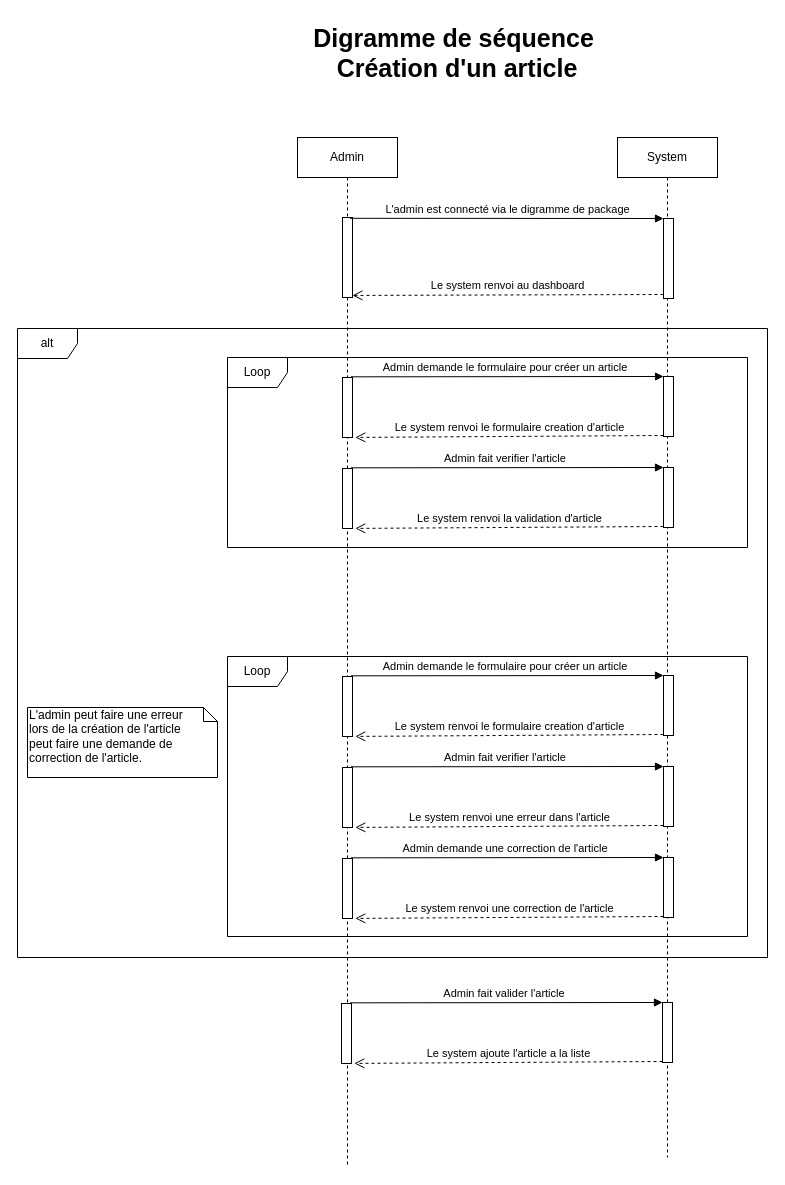
Before: page "diagramme de sequence créa article" (5 of 7) of Docs/P5_alain_germain/Diagramme Blog.drawio in Alprod/AlBLog81, a draw.io diagram. Source tidied: cells renumbered, new cells numbered last; positions are measured from the earlier drawing's top-left corner, leaving out a move shared by most shapes. Both pictures are drawn from the tidied source at 100%, with x=0, y=0 at pixel (17, 17).
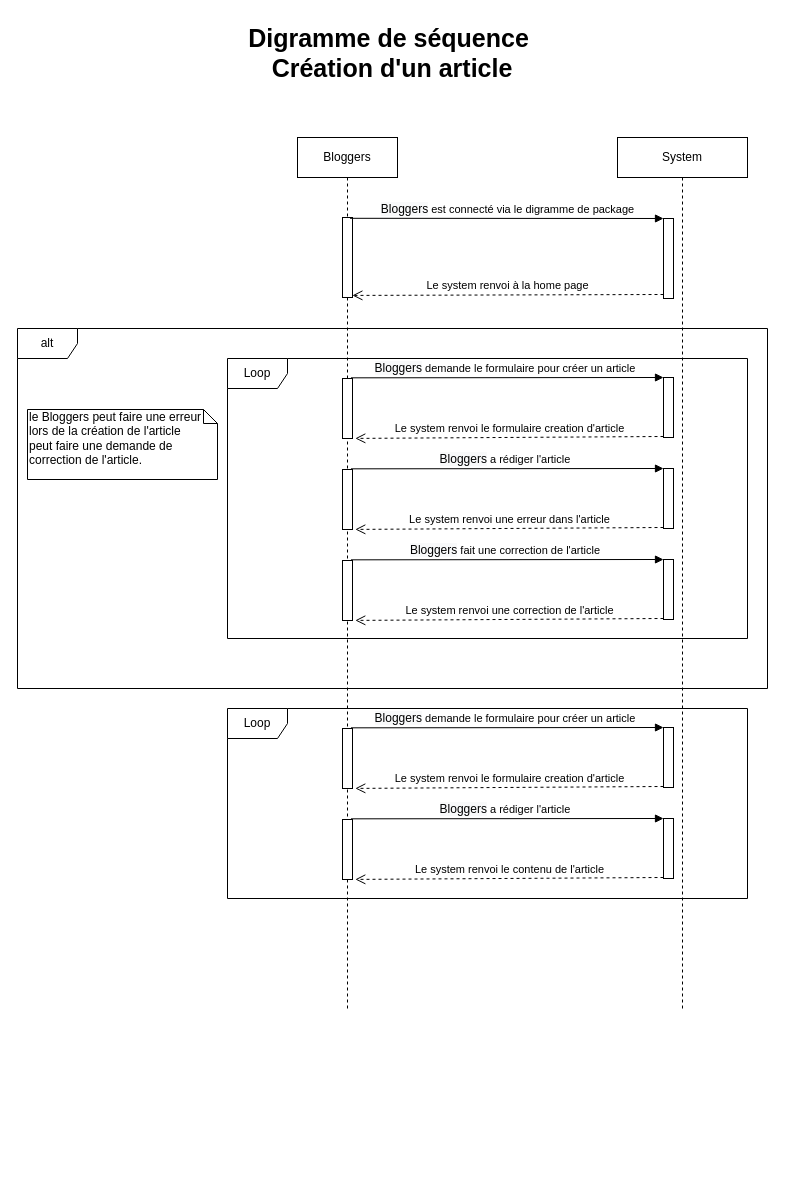
Above is the later version.

The change refers to these unchanged cells:
```xml
<mxCell id="3" style="html=1;points=[];perimeter=orthogonalPerimeter;" parent="2" vertex="1">
  <mxGeometry x="46" y="81" width="10" height="80" as="geometry" />
</mxCell>
```

Change to the diagram source:
```diff
@@
+    <mxCell id="11" value="Bloggers" style="shape=umlLifeline;perimeter=lifelinePerimeter;whiteSpace=wrap;html=1;" parent="1" vertex="1">
+      <mxGeometry x="280" y="120" width="100" height="871" as="geometry" />
+    </mxCell>
     <mxCell id="2" value="System" style="shape=umlLifeline;perimeter=lifelinePerimeter;whiteSpace=wrap;html=1;" parent="1" vertex="1">
-      <mxGeometry x="600" y="120" width="100" height="1020" as="geometry" />
+      <mxGeometry x="600" y="120" width="130" height="871" as="geometry" />
     </mxCell>
@@
-    <mxCell id="4" style="html=1;points=[];perimeter=orthogonalPerimeter;" parent="2" vertex="1">
-      <mxGeometry x="46" y="239" width="10" height="60" as="geometry" />
-    </mxCell>
-    <mxCell id="5" style="html=1;points=[];perimeter=orthogonalPerimeter;" parent="2" vertex="1">
-      <mxGeometry x="46" y="330" width="10" height="60" as="geometry" />
-    </mxCell>
     <mxCell id="6" style="html=1;points=[];perimeter=orthogonalPerimeter;" parent="2" vertex="1">
-      <mxGeometry x="46" y="538" width="10" height="60" as="geometry" />
+      <mxGeometry x="46" y="240" width="10" height="60" as="geometry" />
     </mxCell>
     <mxCell id="7" style="html=1;points=[];perimeter=orthogonalPerimeter;" parent="2" vertex="1">
-      <mxGeometry x="46" y="629" width="10" height="60" as="geometry" />
+      <mxGeometry x="46" y="331" width="10" height="60" as="geometry" />
     </mxCell>
     <mxCell id="8" style="html=1;points=[];perimeter=orthogonalPerimeter;" parent="2" vertex="1">
-      <mxGeometry x="46" y="720" width="10" height="60" as="geometry" />
+      <mxGeometry x="46" y="422" width="10" height="60" as="geometry" />
     </mxCell>
-    <mxCell id="9" value="alt" style="shape=umlFrame;whiteSpace=wrap;html=1;" parent="1" vertex="1">
-      <mxGeometry y="311" width="750" height="629" as="geometry" />
-    </mxCell>
+    <mxCell id="4" style="html=1;points=[];perimeter=orthogonalPerimeter;" parent="2" vertex="1">
+      <mxGeometry x="46" y="590" width="10" height="60" as="geometry" />
+    </mxCell>
+    <mxCell id="5" style="html=1;points=[];perimeter=orthogonalPerimeter;" parent="2" vertex="1">
+      <mxGeometry x="46" y="681" width="10" height="60" as="geometry" />
+    </mxCell>
-    <mxCell id="10" value="Loop" style="shape=umlFrame;whiteSpace=wrap;html=1;" parent="1" vertex="1">
-      <mxGeometry x="210" y="340" width="520" height="190" as="geometry" />
+    <mxCell id="10" value="Loop" style="shape=umlFrame;whiteSpace=wrap;html=1;" parent="2" vertex="1">
+      <mxGeometry x="-390" y="571" width="520" height="190" as="geometry" />
     </mxCell>
-    <mxCell id="11" value="Admin" style="shape=umlLifeline;perimeter=lifelinePerimeter;whiteSpace=wrap;html=1;" parent="1" vertex="1">
-      <mxGeometry x="280" y="120" width="100" height="1030" as="geometry" />
-    </mxCell>
-    <mxCell id="12" style="html=1;points=[];perimeter=orthogonalPerimeter;" parent="11" vertex="1">
-      <mxGeometry x="44" y="866" width="10" height="60" as="geometry" />
-    </mxCell>
-    <mxCell id="13" value="Le system ajoute l'article a la liste" style="html=1;verticalAlign=bottom;endArrow=open;dashed=1;endSize=8;exitX=0;exitY=0.95;entryX=1.276;entryY=0.981;entryDx=0;entryDy=0;entryPerimeter=0;" parent="11" edge="1">
-      <mxGeometry relative="1" as="geometry">
-        <mxPoint x="365" y="924" as="sourcePoint" />
-        <mxPoint x="56.8" y="925.9" as="targetPoint" />
-      </mxGeometry>
-    </mxCell>
-    <mxCell id="14" value="Admin fait valider l'article&amp;nbsp;" style="html=1;verticalAlign=bottom;endArrow=block;entryX=0;entryY=0;exitX=0.848;exitY=-0.011;exitDx=0;exitDy=0;exitPerimeter=0;" parent="11" edge="1" source="12" target="15">
-      <mxGeometry relative="1" as="geometry" />
-    </mxCell>
-    <mxCell id="15" style="html=1;points=[];perimeter=orthogonalPerimeter;" parent="11" vertex="1">
-      <mxGeometry x="365" y="865" width="10" height="60" as="geometry" />
-    </mxCell>
-    <mxCell id="16" style="html=1;points=[];perimeter=orthogonalPerimeter;" parent="1" vertex="1">
-      <mxGeometry x="325" y="200" width="10" height="80" as="geometry" />
-    </mxCell>
-    <mxCell id="17" value="L'admin est connecté via le digramme de package" style="html=1;verticalAlign=bottom;endArrow=block;entryX=0;entryY=0;exitX=0.752;exitY=0.01;exitDx=0;exitDy=0;exitPerimeter=0;" parent="1" edge="1" source="16" target="3">
-      <mxGeometry relative="1" as="geometry" />
-    </mxCell>
-    <mxCell id="18" value="Le system renvoi au dashboard" style="html=1;verticalAlign=bottom;endArrow=open;dashed=1;endSize=8;exitX=0;exitY=0.95;entryX=0.99;entryY=0.974;entryDx=0;entryDy=0;entryPerimeter=0;" parent="1" edge="1" source="3" target="16">
-      <mxGeometry relative="1" as="geometry" />
-    </mxCell>
-    <mxCell id="19" style="html=1;points=[];perimeter=orthogonalPerimeter;" parent="1" vertex="1">
-      <mxGeometry x="325" y="360" width="10" height="60" as="geometry" />
+    <mxCell id="19" style="html=1;points=[];perimeter=orthogonalPerimeter;" parent="2" vertex="1">
+      <mxGeometry x="-275" y="591" width="10" height="60" as="geometry" />
     </mxCell>
-    <mxCell id="20" value="Le system renvoi le formulaire creation d'article" style="html=1;verticalAlign=bottom;endArrow=open;dashed=1;endSize=8;exitX=0;exitY=0.95;entryX=1.276;entryY=0.981;entryDx=0;entryDy=0;entryPerimeter=0;" parent="1" edge="1">
+    <mxCell id="20" value="Le system renvoi le formulaire creation d'article" style="html=1;verticalAlign=bottom;endArrow=open;dashed=1;endSize=8;exitX=0;exitY=0.95;entryX=1.276;entryY=0.981;entryDx=0;entryDy=0;entryPerimeter=0;" parent="2" edge="1">
       <mxGeometry relative="1" as="geometry">
-        <mxPoint x="646" y="418" as="sourcePoint" />
-        <mxPoint x="337.8" y="419.9" as="targetPoint" />
+        <mxPoint x="46" y="649" as="sourcePoint" />
+        <mxPoint x="-262.2" y="650.9" as="targetPoint" />
       </mxGeometry>
     </mxCell>
-    <mxCell id="21" value="Admin demande le formulaire pour créer un article&amp;nbsp;" style="html=1;verticalAlign=bottom;endArrow=block;entryX=0;entryY=0;exitX=0.848;exitY=-0.011;exitDx=0;exitDy=0;exitPerimeter=0;" parent="1" edge="1" source="19" target="4">
+    <mxCell id="21" value="&lt;span style=&quot;font-size: 12px ; background-color: rgb(248 , 249 , 250)&quot;&gt;Bloggers&lt;/span&gt;&amp;nbsp;demande le formulaire pour créer un article&amp;nbsp;" style="html=1;verticalAlign=bottom;endArrow=block;entryX=0;entryY=0;exitX=0.848;exitY=-0.011;exitDx=0;exitDy=0;exitPerimeter=0;" parent="2" edge="1" source="19" target="4">
       <mxGeometry relative="1" as="geometry" />
     </mxCell>
-    <mxCell id="22" style="html=1;points=[];perimeter=orthogonalPerimeter;" parent="1" vertex="1">
-      <mxGeometry x="325" y="451" width="10" height="60" as="geometry" />
+    <mxCell id="22" style="html=1;points=[];perimeter=orthogonalPerimeter;" parent="2" vertex="1">
+      <mxGeometry x="-275" y="682" width="10" height="60" as="geometry" />
     </mxCell>
-    <mxCell id="23" value="Le system renvoi la validation d'article" style="html=1;verticalAlign=bottom;endArrow=open;dashed=1;endSize=8;exitX=0;exitY=0.95;entryX=1.276;entryY=0.981;entryDx=0;entryDy=0;entryPerimeter=0;" parent="1" edge="1">
+    <mxCell id="23" value="Le system renvoi le contenu de l'article" style="html=1;verticalAlign=bottom;endArrow=open;dashed=1;endSize=8;exitX=0;exitY=0.95;entryX=1.276;entryY=0.981;entryDx=0;entryDy=0;entryPerimeter=0;" parent="2" edge="1">
       <mxGeometry relative="1" as="geometry">
-        <mxPoint x="646" y="509" as="sourcePoint" />
-        <mxPoint x="337.8" y="510.9" as="targetPoint" />
+        <mxPoint x="46" y="740" as="sourcePoint" />
+        <mxPoint x="-262.2" y="741.9" as="targetPoint" />
       </mxGeometry>
     </mxCell>
-    <mxCell id="24" value="Admin fait verifier l'article&amp;nbsp;" style="html=1;verticalAlign=bottom;endArrow=block;entryX=0;entryY=0;exitX=0.848;exitY=-0.011;exitDx=0;exitDy=0;exitPerimeter=0;" parent="1" edge="1" source="22" target="5">
+    <mxCell id="24" value="&lt;span style=&quot;font-size: 12px ; background-color: rgb(248 , 249 , 250)&quot;&gt;Bloggers&lt;/span&gt;&amp;nbsp;a rédiger l'article&amp;nbsp;" style="html=1;verticalAlign=bottom;endArrow=block;entryX=0;entryY=0;exitX=0.848;exitY=-0.011;exitDx=0;exitDy=0;exitPerimeter=0;" parent="2" edge="1" source="22" target="5">
       <mxGeometry relative="1" as="geometry" />
     </mxCell>
+    <mxCell id="9" value="alt" style="shape=umlFrame;whiteSpace=wrap;html=1;" parent="1" vertex="1">
+      <mxGeometry y="311" width="750" height="360" as="geometry" />
+    </mxCell>
+    <mxCell id="16" style="html=1;points=[];perimeter=orthogonalPerimeter;" parent="1" vertex="1">
+      <mxGeometry x="325" y="200" width="10" height="80" as="geometry" />
+    </mxCell>
+    <mxCell id="17" value="&lt;span style=&quot;font-size: 12px ; background-color: rgb(248 , 249 , 250)&quot;&gt;Bloggers&lt;/span&gt;&amp;nbsp;est connecté via le digramme de package" style="html=1;verticalAlign=bottom;endArrow=block;entryX=0;entryY=0;exitX=0.752;exitY=0.01;exitDx=0;exitDy=0;exitPerimeter=0;" parent="1" edge="1" source="16" target="3">
+      <mxGeometry relative="1" as="geometry" />
+    </mxCell>
+    <mxCell id="18" value="Le system renvoi à la home page" style="html=1;verticalAlign=bottom;endArrow=open;dashed=1;endSize=8;exitX=0;exitY=0.95;entryX=0.99;entryY=0.974;entryDx=0;entryDy=0;entryPerimeter=0;" parent="1" edge="1" source="3" target="16">
+      <mxGeometry relative="1" as="geometry" />
+    </mxCell>
     <mxCell id="25" value="Loop" style="shape=umlFrame;whiteSpace=wrap;html=1;" parent="1" vertex="1">
-      <mxGeometry x="210" y="639" width="520" height="280" as="geometry" />
+      <mxGeometry x="210" y="341" width="520" height="280" as="geometry" />
     </mxCell>
     <mxCell id="26" style="html=1;points=[];perimeter=orthogonalPerimeter;" parent="1" vertex="1">
-      <mxGeometry x="325" y="659" width="10" height="60" as="geometry" />
+      <mxGeometry x="325" y="361" width="10" height="60" as="geometry" />
     </mxCell>
     <mxCell id="27" value="Le system renvoi le formulaire creation d'article" style="html=1;verticalAlign=bottom;endArrow=open;dashed=1;endSize=8;exitX=0;exitY=0.95;entryX=1.276;entryY=0.981;entryDx=0;entryDy=0;entryPerimeter=0;" parent="1" edge="1">
       <mxGeometry relative="1" as="geometry">
-        <mxPoint x="646" y="717" as="sourcePoint" />
-        <mxPoint x="337.8" y="718.9" as="targetPoint" />
+        <mxPoint x="646" y="419" as="sourcePoint" />
+        <mxPoint x="337.8" y="420.9" as="targetPoint" />
       </mxGeometry>
     </mxCell>
-    <mxCell id="28" value="Admin demande le formulaire pour créer un article&amp;nbsp;" style="html=1;verticalAlign=bottom;endArrow=block;entryX=0;entryY=0;exitX=0.848;exitY=-0.011;exitDx=0;exitDy=0;exitPerimeter=0;" parent="1" edge="1" source="26" target="6">
+    <mxCell id="28" value="&lt;span style=&quot;font-size: 12px ; background-color: rgb(248 , 249 , 250)&quot;&gt;Bloggers&lt;/span&gt;&amp;nbsp;demande le formulaire pour créer un article&amp;nbsp;" style="html=1;verticalAlign=bottom;endArrow=block;entryX=0;entryY=0;exitX=0.848;exitY=-0.011;exitDx=0;exitDy=0;exitPerimeter=0;" parent="1" edge="1" source="26" target="6">
       <mxGeometry relative="1" as="geometry" />
     </mxCell>
     <mxCell id="29" style="html=1;points=[];perimeter=orthogonalPerimeter;" parent="1" vertex="1">
-      <mxGeometry x="325" y="750" width="10" height="60" as="geometry" />
+      <mxGeometry x="325" y="452" width="10" height="60" as="geometry" />
     </mxCell>
     <mxCell id="30" value="Le system renvoi une erreur dans l'article" style="html=1;verticalAlign=bottom;endArrow=open;dashed=1;endSize=8;exitX=0;exitY=0.95;entryX=1.276;entryY=0.981;entryDx=0;entryDy=0;entryPerimeter=0;" parent="1" edge="1">
       <mxGeometry relative="1" as="geometry">
-        <mxPoint x="646" y="808" as="sourcePoint" />
-        <mxPoint x="337.8" y="809.9" as="targetPoint" />
+        <mxPoint x="646" y="510" as="sourcePoint" />
+        <mxPoint x="337.8" y="511.9" as="targetPoint" />
       </mxGeometry>
     </mxCell>
-    <mxCell id="31" value="Admin fait verifier l'article&amp;nbsp;" style="html=1;verticalAlign=bottom;endArrow=block;entryX=0;entryY=0;exitX=0.848;exitY=-0.011;exitDx=0;exitDy=0;exitPerimeter=0;" parent="1" edge="1" source="29" target="7">
+    <mxCell id="31" value="&lt;span style=&quot;font-size: 12px ; background-color: rgb(248 , 249 , 250)&quot;&gt;Bloggers&lt;/span&gt;&amp;nbsp;a rédiger l'article&amp;nbsp;" style="html=1;verticalAlign=bottom;endArrow=block;entryX=0;entryY=0;exitX=0.848;exitY=-0.011;exitDx=0;exitDy=0;exitPerimeter=0;" parent="1" edge="1" source="29" target="7">
       <mxGeometry relative="1" as="geometry" />
     </mxCell>
     <mxCell id="32" style="html=1;points=[];perimeter=orthogonalPerimeter;" parent="1" vertex="1">
-      <mxGeometry x="325" y="841" width="10" height="60" as="geometry" />
+      <mxGeometry x="325" y="543" width="10" height="60" as="geometry" />
     </mxCell>
     <mxCell id="33" value="Le system renvoi une correction de l'article" style="html=1;verticalAlign=bottom;endArrow=open;dashed=1;endSize=8;exitX=0;exitY=0.95;entryX=1.276;entryY=0.981;entryDx=0;entryDy=0;entryPerimeter=0;" parent="1" edge="1">
       <mxGeometry relative="1" as="geometry">
-        <mxPoint x="646" y="899" as="sourcePoint" />
-        <mxPoint x="337.8" y="900.9" as="targetPoint" />
+        <mxPoint x="646" y="601" as="sourcePoint" />
+        <mxPoint x="337.8" y="602.9" as="targetPoint" />
       </mxGeometry>
     </mxCell>
-    <mxCell id="34" value="Admin demande une correction de l'article&amp;nbsp;" style="html=1;verticalAlign=bottom;endArrow=block;entryX=0;entryY=0;exitX=0.848;exitY=-0.011;exitDx=0;exitDy=0;exitPerimeter=0;" parent="1" edge="1" source="32" target="8">
+    <mxCell id="34" value="&lt;span style=&quot;font-size: 12px ; background-color: rgb(248 , 249 , 250)&quot;&gt;Bloggers&lt;/span&gt;&amp;nbsp;fait une correction de l'article&amp;nbsp;" style="html=1;verticalAlign=bottom;endArrow=block;entryX=0;entryY=0;exitX=0.848;exitY=-0.011;exitDx=0;exitDy=0;exitPerimeter=0;" parent="1" edge="1" source="32" target="8">
       <mxGeometry relative="1" as="geometry" />
     </mxCell>
-    <mxCell id="35" value="L'admin peut faire une erreur&lt;br&gt;lors de la création de l'article&lt;br&gt;peut faire une demande de correction de l'article." style="shape=note;whiteSpace=wrap;html=1;size=14;verticalAlign=top;align=left;spacingTop=-6;" parent="1" vertex="1">
-      <mxGeometry x="10" y="690" width="190" height="70" as="geometry" />
+    <mxCell id="35" value="&lt;span style=&quot;text-align: center&quot;&gt;le Bloggers&lt;/span&gt;&amp;nbsp;peut faire une erreur&lt;br&gt;lors de la création de l'article&lt;br&gt;peut faire une demande de correction de l'article." style="shape=note;whiteSpace=wrap;html=1;size=14;verticalAlign=top;align=left;spacingTop=-6;" parent="1" vertex="1">
+      <mxGeometry x="10" y="392" width="190" height="70" as="geometry" />
     </mxCell>
     <mxCell id="36" value="Digramme de séquence &#10;Création d'un article" style="text;align=center;fontStyle=1;verticalAlign=middle;spacingLeft=3;spacingRight=3;strokeColor=none;fontSize=25;" parent="1" vertex="1">
-      <mxGeometry x="290" width="300" height="66" as="geometry" />
+      <mxGeometry x="225" width="300" height="66" as="geometry" />
     </mxCell>
```
